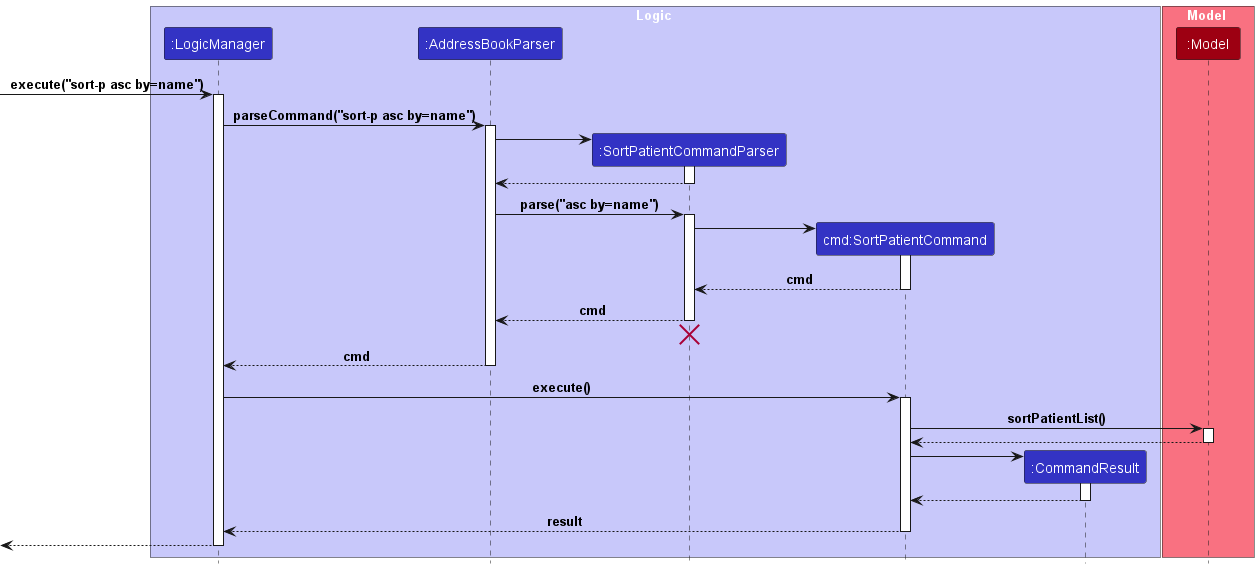
The PlantUML diagram docs/images/SortPatientCommandSequenceDiagram.png in nus-cs2103-AY2324S1/tp, before a commit.
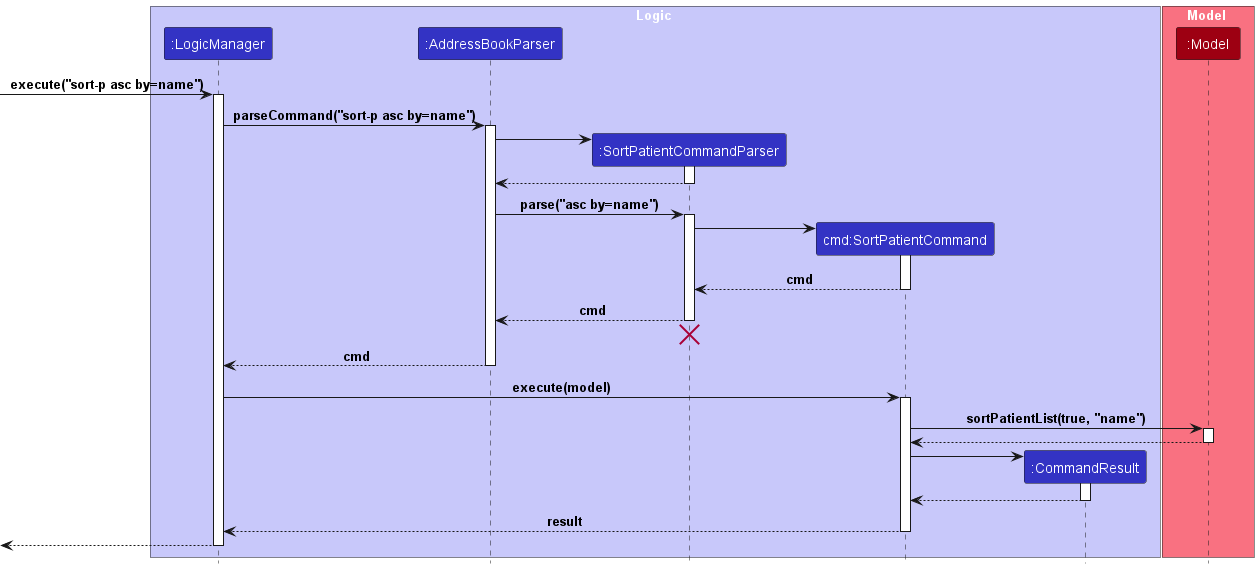
Later version of the same file.

Commit message:
Update sort uml diagram

Diff of the diagram source:
```diff
@@ -45,10 +45,10 @@
 AddressBookParser --> LogicManager : cmd
 deactivate AddressBookParser
 
-LogicManager -> SortPatientCommand : execute()
+LogicManager -> SortPatientCommand : execute(model)
 activate SortPatientCommand
 
-SortPatientCommand -> Model : sortPatientList()
+SortPatientCommand -> Model : sortPatientList(true, "name")
 activate Model
 
 Model --> SortPatientCommand
```
